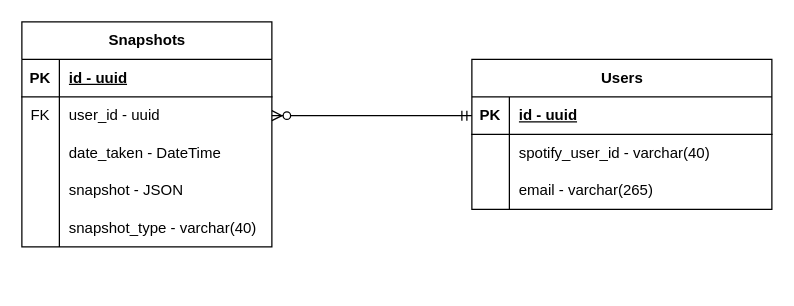
This is page "Database design" (3 of 3) of documentation/diagrams.drawio from S3-Software-IP/monorepo, a draw.io file, before an edit. Source tidied: cells renumbered, new cells numbered last; positions are measured from the earlier drawing's top-left corner, leaving out a move shared by most shapes. Both pictures are drawn from the tidied source at 125%, with x=0, y=0 at pixel (21, 21).
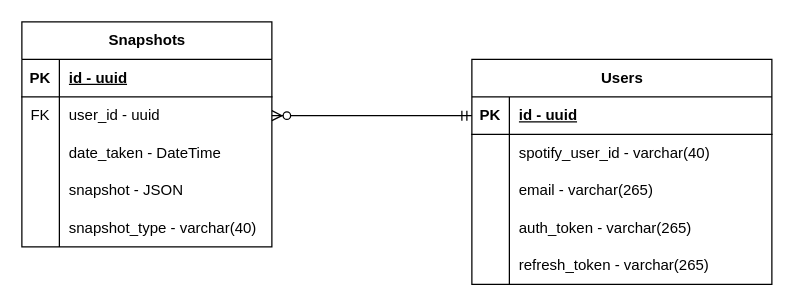
The same page after the edit.

Diff of the diagram source:
```diff
@@
     <mxCell id="2" value="Users" style="shape=table;startSize=30;childLayout=tableLayout;rowLines=0;fontStyle=1;align=center;html=1;" parent="1" vertex="1">
-      <mxGeometry x="360" y="30" width="240" height="120" as="geometry" />
+      <mxGeometry x="360" y="30" width="240" height="180" as="geometry" />
     </mxCell>
@@
+    <mxCell id="29" style="shape=tableRow;horizontal=0;startSize=0;swimlaneHead=0;swimlaneBody=0;fillColor=none;top=0;left=0;right=0;bottom=0;" parent="2" vertex="1">
+      <mxGeometry y="120" width="240" height="30" as="geometry" />
+    </mxCell>
+    <mxCell id="30" style="shape=partialRectangle;fillColor=none;top=0;left=0;bottom=0;right=0;overflow=hidden;whiteSpace=wrap;html=1;" parent="29" vertex="1">
+      <mxGeometry width="30" height="30" as="geometry" />
+    </mxCell>
+    <mxCell id="31" value="auth_token - varchar(265)" style="shape=partialRectangle;fillColor=none;top=0;left=0;bottom=0;right=0;align=left;spacingLeft=6;overflow=hidden;whiteSpace=wrap;html=1;" parent="29" vertex="1">
+      <mxGeometry x="30" width="210" height="30" as="geometry" />
+    </mxCell>
+    <mxCell id="32" style="shape=tableRow;horizontal=0;startSize=0;swimlaneHead=0;swimlaneBody=0;fillColor=none;top=0;left=0;right=0;bottom=0;" parent="2" vertex="1">
+      <mxGeometry y="150" width="240" height="30" as="geometry" />
+    </mxCell>
+    <mxCell id="33" style="shape=partialRectangle;fillColor=none;top=0;left=0;bottom=0;right=0;overflow=hidden;whiteSpace=wrap;html=1;" parent="32" vertex="1">
+      <mxGeometry width="30" height="30" as="geometry" />
+    </mxCell>
+    <mxCell id="34" value="refresh_token - varchar(265)" style="shape=partialRectangle;fillColor=none;top=0;left=0;bottom=0;right=0;align=left;spacingLeft=6;overflow=hidden;whiteSpace=wrap;html=1;" parent="32" vertex="1">
+      <mxGeometry x="30" width="210" height="30" as="geometry" />
+    </mxCell>
```
